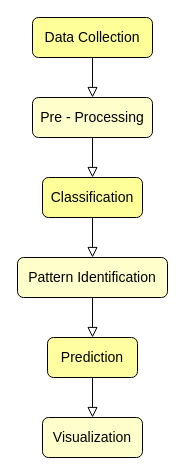
Before: Untitled Diagram.drawio in a3X3k/-Random-, a draw.io diagram. Source tidied: cells renumbered, new cells numbered last; positions are measured from the earlier drawing's top-left corner, leaving out a move shared by most shapes. Both pictures are drawn from the tidied source at 100%, with x=0, y=0 at pixel (17, 17).
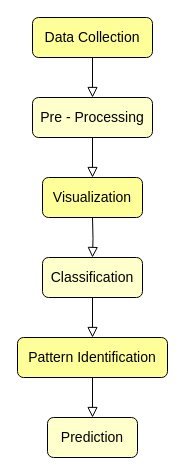
The same diagram, later.

What changed in the source:
```diff
@@
 <mxGraphModel>
   <root>
     <mxCell id="0" />
     <mxCell id="1" parent="0" />
-    <mxCell id="2" value="&lt;font style=&quot;font-size: 14px;&quot;&gt;Pattern Identification&lt;/font&gt;" style="rounded=1;whiteSpace=wrap;html=1;fontSize=12;glass=0;strokeWidth=1;shadow=0;fillColor=#FFFFCC;" parent="1" vertex="1">
-      <mxGeometry y="240" width="150" height="40" as="geometry" />
+    <mxCell id="2" value="&lt;font style=&quot;font-size: 14px;&quot;&gt;Pattern Identification&lt;/font&gt;" style="rounded=1;whiteSpace=wrap;html=1;fontSize=12;glass=0;strokeWidth=1;shadow=0;fillColor=#FFFF99;" parent="1" vertex="1">
+      <mxGeometry y="320" width="150" height="40" as="geometry" />
     </mxCell>
     <mxCell id="3" value="&lt;font style=&quot;font-size: 14px;&quot;&gt;Data Collection&lt;/font&gt;" style="rounded=1;whiteSpace=wrap;html=1;fontSize=12;glass=0;strokeWidth=1;shadow=0;fillColor=#FFFF99;" parent="1" vertex="1">
       <mxGeometry x="15" width="120" height="40" as="geometry" />
     </mxCell>
-    <mxCell id="4" value="&lt;font style=&quot;font-size: 14px;&quot;&gt;Classification&lt;/font&gt;" style="rounded=1;whiteSpace=wrap;html=1;fontSize=12;glass=0;strokeWidth=1;shadow=0;fillColor=#FFFF99;" parent="1" vertex="1">
-      <mxGeometry x="25" y="160" width="100" height="40" as="geometry" />
+    <mxCell id="4" value="&lt;font style=&quot;font-size: 14px;&quot;&gt;Classification&lt;/font&gt;" style="rounded=1;whiteSpace=wrap;html=1;fontSize=12;glass=0;strokeWidth=1;shadow=0;fillColor=#FFFFCC;" parent="1" vertex="1">
+      <mxGeometry x="25" y="240" width="100" height="40" as="geometry" />
     </mxCell>
-    <mxCell id="5" value="&lt;font style=&quot;font-size: 14px;&quot;&gt;Prediction&lt;/font&gt;" style="rounded=1;whiteSpace=wrap;html=1;fontSize=12;glass=0;strokeWidth=1;shadow=0;fillColor=#FFFFA1;" parent="1" vertex="1">
-      <mxGeometry x="30" y="320" width="90" height="40" as="geometry" />
+    <mxCell id="5" value="&lt;font style=&quot;font-size: 14px;&quot;&gt;Prediction&lt;/font&gt;" style="rounded=1;whiteSpace=wrap;html=1;fontSize=12;glass=0;strokeWidth=1;shadow=0;fillColor=#FFFFCC;" parent="1" vertex="1">
+      <mxGeometry x="30" y="400" width="90" height="40" as="geometry" />
     </mxCell>
-    <mxCell id="6" value="&lt;font style=&quot;font-size: 14px;&quot;&gt;Visualization&lt;/font&gt;" style="rounded=1;whiteSpace=wrap;html=1;fontSize=12;glass=0;strokeWidth=1;shadow=0;fillColor=#FFFFCC;" parent="1" vertex="1">
-      <mxGeometry x="25" y="400" width="100" height="40" as="geometry" />
-    </mxCell>
-    <mxCell id="7" style="rounded=0;html=1;jettySize=auto;fontSize=11;endArrow=block;endFill=0;endSize=8;strokeWidth=1;shadow=0;labelBackgroundColor=none;edgeStyle=orthogonalEdgeStyle;entryX=0.5;entryY=0;entryDx=0;entryDy=0;exitX=0.5;exitY=1;exitDx=0;exitDy=0;" parent="1" edge="1" source="12" target="4">
+    <mxCell id="7" style="rounded=0;html=1;jettySize=auto;fontSize=11;endArrow=block;endFill=0;endSize=8;strokeWidth=1;shadow=0;labelBackgroundColor=none;edgeStyle=orthogonalEdgeStyle;entryX=0.5;entryY=0;entryDx=0;entryDy=0;exitX=0.5;exitY=1;exitDx=0;exitDy=0;" parent="1" edge="1" source="12" target="6">
       <mxGeometry relative="1" as="geometry" />
     </mxCell>
     <mxCell id="8" style="rounded=0;html=1;jettySize=auto;fontSize=11;endArrow=block;endFill=0;endSize=8;strokeWidth=1;shadow=0;labelBackgroundColor=none;edgeStyle=orthogonalEdgeStyle;entryX=0.5;entryY=0;entryDx=0;entryDy=0;exitX=0.5;exitY=1;exitDx=0;exitDy=0;" parent="1" edge="1" source="4" target="2">
       <mxGeometry relative="1" as="geometry" />
     </mxCell>
     <mxCell id="9" style="rounded=0;html=1;jettySize=auto;fontSize=11;endArrow=block;endFill=0;endSize=8;strokeWidth=1;shadow=0;labelBackgroundColor=none;edgeStyle=orthogonalEdgeStyle;entryX=0.5;entryY=0;entryDx=0;entryDy=0;exitX=0.5;exitY=1;exitDx=0;exitDy=0;" parent="1" edge="1" source="2" target="5">
       <mxGeometry relative="1" as="geometry" />
     </mxCell>
-    <mxCell id="10" style="rounded=0;html=1;jettySize=auto;fontSize=11;endArrow=block;endFill=0;endSize=8;strokeWidth=1;shadow=0;labelBackgroundColor=none;edgeStyle=orthogonalEdgeStyle;entryX=0.5;entryY=0;entryDx=0;entryDy=0;exitX=0.5;exitY=1;exitDx=0;exitDy=0;" parent="1" edge="1" source="5" target="6">
-      <mxGeometry relative="1" as="geometry" />
-    </mxCell>
     <mxCell id="11" style="rounded=0;html=1;jettySize=auto;fontSize=11;endArrow=block;endFill=0;endSize=8;strokeWidth=1;shadow=0;labelBackgroundColor=none;edgeStyle=orthogonalEdgeStyle;exitX=0.5;exitY=1;exitDx=0;exitDy=0;startArrow=none;" parent="1" edge="1" source="12">
       <mxGeometry relative="1" as="geometry">
         <mxPoint x="75" y="100" as="targetPoint" />
       </mxGeometry>
     </mxCell>
     <mxCell id="12" value="&lt;font style=&quot;font-size: 14px;&quot;&gt;Pre - Processing&lt;/font&gt;" style="rounded=1;whiteSpace=wrap;html=1;fontSize=12;glass=0;strokeWidth=1;shadow=0;fillColor=#FFFFCC;" parent="1" vertex="1">
       <mxGeometry x="15" y="80" width="120" height="40" as="geometry" />
     </mxCell>
     <mxCell id="13" style="rounded=0;html=1;jettySize=auto;fontSize=11;endArrow=block;endFill=0;endSize=8;strokeWidth=1;shadow=0;labelBackgroundColor=none;edgeStyle=orthogonalEdgeStyle;entryX=0.5;entryY=0;entryDx=0;entryDy=0;exitX=0.5;exitY=1;exitDx=0;exitDy=0;" parent="1" edge="1" source="3" target="12">
       <mxGeometry relative="1" as="geometry" />
     </mxCell>
+    <mxCell id="6" value="&lt;font style=&quot;font-size: 14px;&quot;&gt;Visualization&lt;/font&gt;" style="rounded=1;whiteSpace=wrap;html=1;fontSize=12;glass=0;strokeWidth=1;shadow=0;fillColor=#FFFF99;" parent="1" vertex="1">
+      <mxGeometry x="25" y="160" width="100" height="40" as="geometry" />
+    </mxCell>
+    <mxCell id="14" style="rounded=0;html=1;jettySize=auto;fontSize=11;endArrow=block;endFill=0;endSize=8;strokeWidth=1;shadow=0;labelBackgroundColor=none;edgeStyle=orthogonalEdgeStyle;entryX=0.5;entryY=0;entryDx=0;entryDy=0;" parent="1" edge="1" target="4">
+      <mxGeometry relative="1" as="geometry">
+        <mxPoint x="75" y="200" as="sourcePoint" />
+      </mxGeometry>
+    </mxCell>
   </root>
 </mxGraphModel>
```
